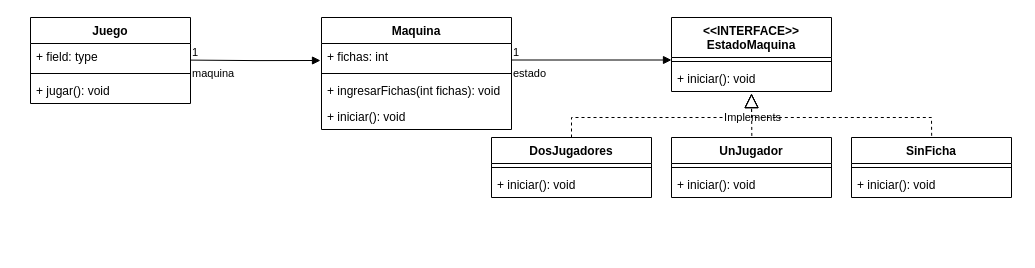
Earlier version of the draw.io diagram src/ar/edu/unq/po2/tp8/state/MaquinaDeJuegos_UML.drawio (ManuMenager/Objetos2). Source tidied: cells renumbered, new cells numbered last; positions are measured from the earlier drawing's top-left corner, leaving out a move shared by most shapes. Both pictures are drawn from the tidied source at 100%, with x=0, y=0 at pixel (30, 17).
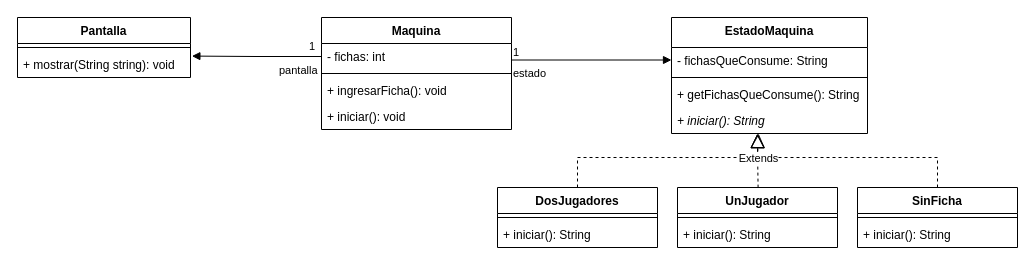
The same diagram, later.

Commit message:
Agrega TP State - Terminado

Unchanged cells that the change refers to:
```xml
<mxCell id="2" value="Maquina" style="swimlane;fontStyle=1;align=center;verticalAlign=top;horizontal=1;startSize=26;whiteSpace=wrap;html=1;" parent="1" vertex="1">
  <mxGeometry x="291" width="190" height="112" as="geometry" />
</mxCell>
```

What changed in the source:
```diff
@@
+    <mxCell id="24" style="endArrow=block;dashed=1;endFill=0;endSize=12;html=1;rounded=0;exitX=0.51;exitY=0.001;exitDx=0;exitDy=0;entryX=0.443;entryY=1.089;entryDx=0;entryDy=0;entryPerimeter=0;exitPerimeter=0;" parent="1" edge="1">
+      <mxGeometry relative="1" as="geometry">
+        <mxPoint x="727.6" y="170.1" as="sourcePoint" />
+        <mxPoint x="726.8" y="116.3" as="targetPoint" />
+      </mxGeometry>
+    </mxCell>
+    <mxCell id="20" style="endArrow=block;dashed=1;endFill=0;endSize=12;html=1;rounded=0;exitX=0.5;exitY=0;exitDx=0;exitDy=0;" parent="1" edge="1" source="15">
+      <mxGeometry relative="1" as="geometry">
+        <mxPoint x="727" y="116" as="targetPoint" />
+        <Array as="points">
+          <mxPoint x="907" y="140" />
+          <mxPoint x="727" y="140" />
+        </Array>
+      </mxGeometry>
+    </mxCell>
@@
-    <mxCell id="3" value="+ fichas: int" style="text;strokeColor=none;fillColor=none;align=left;verticalAlign=top;spacingLeft=4;spacingRight=4;overflow=hidden;points=[[0,0.5],[1,0.5]];portConstraint=eastwest;whiteSpace=wrap;html=1;" parent="2" vertex="1">
+    <mxCell id="3" value="- fichas: int" style="text;strokeColor=none;fillColor=none;align=left;verticalAlign=top;spacingLeft=4;spacingRight=4;overflow=hidden;points=[[0,0.5],[1,0.5]];portConstraint=eastwest;whiteSpace=wrap;html=1;" parent="2" vertex="1">
       <mxGeometry y="26" width="190" height="26" as="geometry" />
     </mxCell>
@@
-    <mxCell id="5" value="+ ingresarFichas(int fichas): void" style="text;strokeColor=none;fillColor=none;align=left;verticalAlign=top;spacingLeft=4;spacingRight=4;overflow=hidden;whiteSpace=wrap;html=1;" parent="2" vertex="1">
+    <mxCell id="5" value="+ ingresarFicha(): void" style="text;strokeColor=none;fillColor=none;align=left;verticalAlign=top;spacingLeft=4;spacingRight=4;overflow=hidden;whiteSpace=wrap;html=1;" parent="2" vertex="1">
       <mxGeometry y="60" width="190" height="26" as="geometry" />
     </mxCell>
@@
-    <mxCell id="7" value="&lt;div&gt;&lt;span style=&quot;background-color: transparent; color: light-dark(rgb(0, 0, 0), rgb(255, 255, 255));&quot;&gt;&amp;lt;&amp;lt;INTERFACE&amp;gt;&amp;gt;&lt;/span&gt;&lt;/div&gt;&lt;div&gt;&lt;span style=&quot;background-color: transparent; color: light-dark(rgb(0, 0, 0), rgb(255, 255, 255));&quot;&gt;EstadoMaquina&lt;/span&gt;&lt;/div&gt;" style="swimlane;fontStyle=1;align=center;verticalAlign=top;horizontal=1;startSize=40;whiteSpace=wrap;html=1;" parent="1" vertex="1">
-      <mxGeometry x="641" width="160" height="74" as="geometry" />
+    <mxCell id="7" value="&lt;div&gt;&lt;span style=&quot;background-color: transparent; color: light-dark(rgb(0, 0, 0), rgb(255, 255, 255));&quot;&gt;EstadoMaquina&lt;/span&gt;&lt;/div&gt;" style="swimlane;fontStyle=1;align=center;verticalAlign=top;horizontal=1;startSize=30;whiteSpace=wrap;html=1;" parent="1" vertex="1">
+      <mxGeometry x="641" width="196" height="116" as="geometry" />
     </mxCell>
+    <mxCell id="31" value="- fichasQueConsume: String" style="text;strokeColor=none;fillColor=none;align=left;verticalAlign=top;spacingLeft=4;spacingRight=4;overflow=hidden;whiteSpace=wrap;html=1;" parent="7" vertex="1">
+      <mxGeometry y="30" width="196" height="26" as="geometry" />
+    </mxCell>
     <mxCell id="8" style="line;strokeWidth=1;fillColor=none;align=left;verticalAlign=middle;spacingTop=-1;spacingLeft=3;spacingRight=3;labelPosition=right;strokeColor=inherit;" parent="7" vertex="1">
-      <mxGeometry y="40" width="160" height="8" as="geometry" />
+      <mxGeometry y="56" width="196" height="8" as="geometry" />
     </mxCell>
+    <mxCell id="32" value="+ getFichasQueConsume(): String" style="text;strokeColor=none;fillColor=none;align=left;verticalAlign=top;spacingLeft=4;spacingRight=4;overflow=hidden;whiteSpace=wrap;html=1;" parent="7" vertex="1">
+      <mxGeometry y="64" width="196" height="26" as="geometry" />
+    </mxCell>
-    <mxCell id="9" value="+ iniciar(): void" style="text;strokeColor=none;fillColor=none;align=left;verticalAlign=top;spacingLeft=4;spacingRight=4;overflow=hidden;points=[[0,0.5],[1,0.5]];portConstraint=eastwest;whiteSpace=wrap;html=1;" parent="7" vertex="1">
-      <mxGeometry y="48" width="160" height="26" as="geometry" />
+    <mxCell id="9" value="&lt;i&gt;+ iniciar(): String&lt;/i&gt;" style="text;strokeColor=none;fillColor=none;align=left;verticalAlign=top;spacingLeft=4;spacingRight=4;overflow=hidden;points=[[0,0.5],[1,0.5]];portConstraint=eastwest;whiteSpace=wrap;html=1;" parent="7" vertex="1">
+      <mxGeometry y="90" width="196" height="26" as="geometry" />
     </mxCell>
@@
     <mxCell id="12" value="UnJugador" style="swimlane;fontStyle=1;align=center;verticalAlign=top;horizontal=1;startSize=26;whiteSpace=wrap;html=1;" parent="1" vertex="1">
-      <mxGeometry x="641" y="120" width="160" height="60" as="geometry" />
+      <mxGeometry x="647" y="170" width="160" height="60" as="geometry" />
     </mxCell>
@@
-    <mxCell id="14" value="+ iniciar(): void" style="text;strokeColor=none;fillColor=none;align=left;verticalAlign=top;spacingLeft=4;spacingRight=4;overflow=hidden;whiteSpace=wrap;html=1;" parent="12" vertex="1">
-      <mxGeometry y="34" width="160" height="26" as="geometry" />
-    </mxCell>
+    <mxCell id="33" value="+ iniciar(): String" style="text;strokeColor=none;fillColor=none;align=left;verticalAlign=top;spacingLeft=4;spacingRight=4;overflow=hidden;whiteSpace=wrap;html=1;" parent="12" vertex="1">
+      <mxGeometry y="34" width="160" height="26" as="geometry" />
+    </mxCell>
     <mxCell id="15" value="SinFicha" style="swimlane;fontStyle=1;align=center;verticalAlign=top;horizontal=1;startSize=26;whiteSpace=wrap;html=1;" parent="1" vertex="1">
-      <mxGeometry x="821" y="120" width="160" height="60" as="geometry" />
+      <mxGeometry x="827" y="170" width="160" height="60" as="geometry" />
     </mxCell>
@@
-    <mxCell id="17" value="+ iniciar(): void" style="text;strokeColor=none;fillColor=none;align=left;verticalAlign=top;spacingLeft=4;spacingRight=4;overflow=hidden;whiteSpace=wrap;html=1;" parent="15" vertex="1">
-      <mxGeometry y="34" width="160" height="26" as="geometry" />
-    </mxCell>
+    <mxCell id="34" value="+ iniciar(): String" style="text;strokeColor=none;fillColor=none;align=left;verticalAlign=top;spacingLeft=4;spacingRight=4;overflow=hidden;whiteSpace=wrap;html=1;" parent="15" vertex="1">
+      <mxGeometry y="34" width="160" height="26" as="geometry" />
+    </mxCell>
-    <mxCell id="18" style="endArrow=block;dashed=1;endFill=0;endSize=12;html=1;rounded=0;entryX=0.5;entryY=1.084;entryDx=0;entryDy=0;entryPerimeter=0;exitX=0.5;exitY=0;exitDx=0;exitDy=0;" parent="1" edge="1" source="21" target="9">
+    <mxCell id="18" style="endArrow=block;dashed=1;endFill=0;endSize=12;html=1;rounded=0;entryX=0.444;entryY=1;entryDx=0;entryDy=0;entryPerimeter=0;exitX=0.5;exitY=0;exitDx=0;exitDy=0;" parent="1" edge="1" source="21" target="9">
       <mxGeometry relative="1" as="geometry">
         <Array as="points">
-          <mxPoint x="541" y="100" />
-          <mxPoint x="721" y="100" />
+          <mxPoint x="547" y="140" />
+          <mxPoint x="727" y="140" />
         </Array>
       </mxGeometry>
     </mxCell>
-    <mxCell id="19" value="Implements" style="edgeLabel;html=1;align=center;verticalAlign=middle;" parent="18" vertex="1">
+    <mxCell id="19" value="&lt;span&gt;Extends&lt;/span&gt;" style="edgeLabel;html=1;align=center;verticalAlign=middle;labelBackgroundColor=default;" parent="18" vertex="1">
       <mxGeometry x="-0.18" y="1" relative="1" as="geometry">
-        <mxPoint x="108" as="offset" />
+        <mxPoint x="114" y="1" as="offset" />
       </mxGeometry>
     </mxCell>
-    <mxCell id="20" style="endArrow=block;dashed=1;endFill=0;endSize=12;html=1;rounded=0;exitX=0.501;exitY=-0.028;exitDx=0;exitDy=0;exitPerimeter=0;" parent="1" edge="1" source="15">
-      <mxGeometry relative="1" as="geometry">
-        <mxPoint x="721" y="76" as="targetPoint" />
-        <Array as="points">
-          <mxPoint x="901" y="100" />
-          <mxPoint x="721" y="100" />
-        </Array>
-      </mxGeometry>
-    </mxCell>
     <mxCell id="21" value="DosJugadores" style="swimlane;fontStyle=1;align=center;verticalAlign=top;horizontal=1;startSize=26;whiteSpace=wrap;html=1;" parent="1" vertex="1">
-      <mxGeometry x="461" y="120" width="160" height="60" as="geometry" />
+      <mxGeometry x="467" y="170" width="160" height="60" as="geometry" />
     </mxCell>
@@
-    <mxCell id="23" value="+ iniciar(): void" style="text;strokeColor=none;fillColor=none;align=left;verticalAlign=top;spacingLeft=4;spacingRight=4;overflow=hidden;whiteSpace=wrap;html=1;" parent="21" vertex="1">
-      <mxGeometry y="34" width="160" height="26" as="geometry" />
-    </mxCell>
-    <mxCell id="24" style="endArrow=block;dashed=1;endFill=0;endSize=12;html=1;rounded=0;exitX=0.502;exitY=-0.026;exitDx=0;exitDy=0;exitPerimeter=0;" parent="1" edge="1" source="12">
-      <mxGeometry relative="1" as="geometry">
-        <mxPoint x="721" y="76" as="targetPoint" />
-      </mxGeometry>
-    </mxCell>
+    <mxCell id="35" value="+ iniciar(): String" style="text;strokeColor=none;fillColor=none;align=left;verticalAlign=top;spacingLeft=4;spacingRight=4;overflow=hidden;whiteSpace=wrap;html=1;" parent="21" vertex="1">
+      <mxGeometry y="34" width="160" height="26" as="geometry" />
+    </mxCell>
-    <mxCell id="25" value="Juego" style="swimlane;fontStyle=1;align=center;verticalAlign=top;horizontal=1;startSize=26;whiteSpace=wrap;html=1;" parent="1" vertex="1">
-      <mxGeometry width="160" height="86" as="geometry" />
+    <mxCell id="25" value="Pantalla" style="swimlane;fontStyle=1;align=center;verticalAlign=top;horizontal=1;startSize=26;whiteSpace=wrap;html=1;" parent="1" vertex="1">
+      <mxGeometry x="-13" width="173" height="60" as="geometry" />
     </mxCell>
-    <mxCell id="26" value="+ field: type" style="text;strokeColor=none;fillColor=none;align=left;verticalAlign=top;spacingLeft=4;spacingRight=4;overflow=hidden;whiteSpace=wrap;html=1;" parent="25" vertex="1">
-      <mxGeometry y="26" width="160" height="26" as="geometry" />
-    </mxCell>
     <mxCell id="27" style="line;strokeWidth=1;fillColor=none;align=left;verticalAlign=middle;spacingTop=-1;spacingLeft=3;spacingRight=3;labelPosition=right;strokeColor=inherit;" parent="25" vertex="1">
-      <mxGeometry y="52" width="160" height="8" as="geometry" />
+      <mxGeometry y="26" width="173" height="8" as="geometry" />
     </mxCell>
-    <mxCell id="28" value="+ jugar(): void" style="text;strokeColor=none;fillColor=none;align=left;verticalAlign=top;spacingLeft=4;spacingRight=4;overflow=hidden;points=[[0,0.5],[1,0.5]];portConstraint=eastwest;whiteSpace=wrap;html=1;" parent="25" vertex="1">
-      <mxGeometry y="60" width="160" height="26" as="geometry" />
+    <mxCell id="28" value="+ mostrar(String string): void" style="text;strokeColor=none;fillColor=none;align=left;verticalAlign=top;spacingLeft=4;spacingRight=4;overflow=hidden;points=[[0,0.5],[1,0.5]];portConstraint=eastwest;whiteSpace=wrap;html=1;" parent="25" vertex="1">
+      <mxGeometry y="34" width="173" height="26" as="geometry" />
     </mxCell>
-    <mxCell id="29" value="maquina" style="endArrow=block;endFill=1;html=1;edgeStyle=orthogonalEdgeStyle;align=left;verticalAlign=top;rounded=0;" parent="1" edge="1">
-      <mxGeometry x="-1" relative="1" as="geometry">
-        <mxPoint x="160" y="42.6" as="sourcePoint" />
-        <mxPoint x="290" y="43" as="targetPoint" />
-      </mxGeometry>
+    <mxCell id="29" value="pantalla" style="endArrow=block;endFill=1;html=1;edgeStyle=orthogonalEdgeStyle;align=left;verticalAlign=top;rounded=0;exitX=0;exitY=0.5;exitDx=0;exitDy=0;entryX=1.008;entryY=0.176;entryDx=0;entryDy=0;entryPerimeter=0;" parent="1" edge="1" source="3" target="28">
+      <mxGeometry x="-0.32" y="1" relative="1" as="geometry" />
     </mxCell>
     <mxCell id="30" value="1" style="edgeLabel;html=1;align=left;verticalAlign=bottom;" parent="29" vertex="1">
-      <mxGeometry x="-1" relative="1" as="geometry" />
+      <mxGeometry x="-1" relative="1" as="geometry">
+        <mxPoint x="-14" y="-2" as="offset" />
+      </mxGeometry>
     </mxCell>
```
